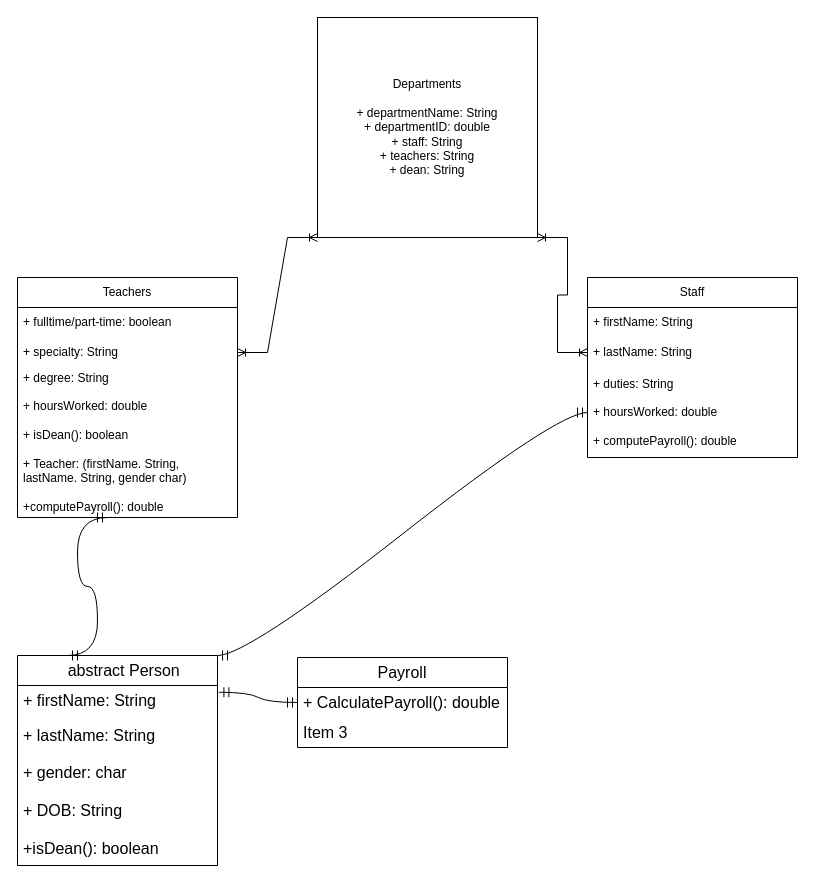
deadmau55555/PC2-Project---Dominc-Read-Prasan keeps this draw.io diagram as Untitled Diagram.drawio. Above is the earlier version. Source tidied: cells renumbered, new cells numbered last; positions are measured from the earlier drawing's top-left corner, leaving out a move shared by most shapes. Both pictures are drawn from the tidied source at 100%, with x=0, y=0 at pixel (17, 17).
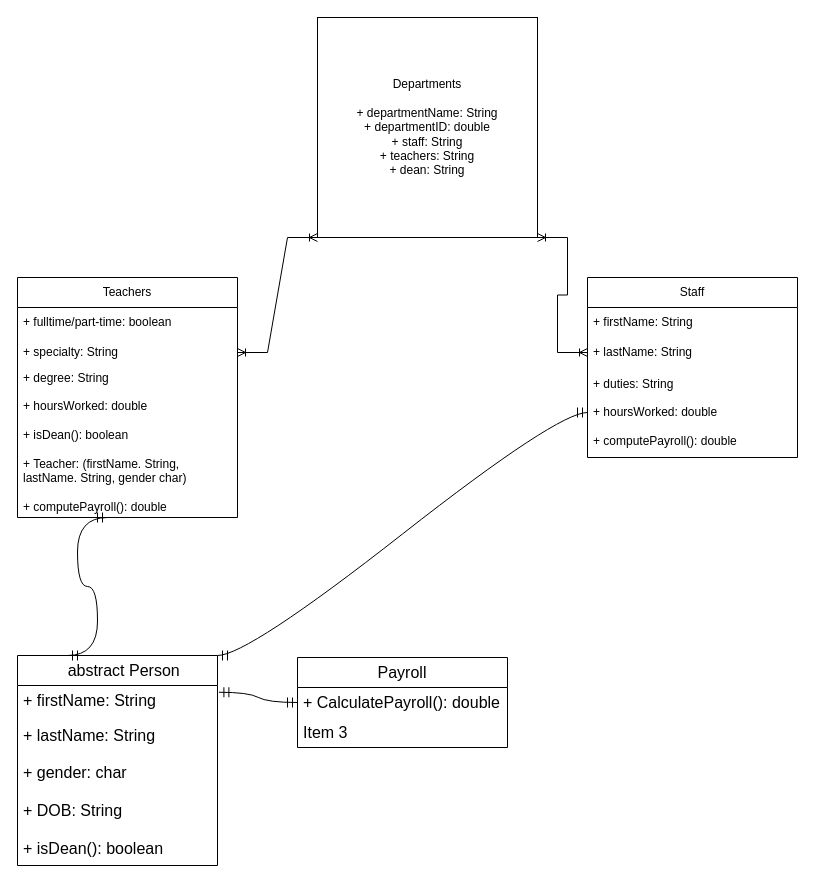
After the change.

The change refers to these unchanged cells:
```xml
<mxCell id="3" value="Teachers" style="swimlane;fontStyle=0;horizontal=1;startSize=30;whiteSpace=wrap;html=1;" parent="1" vertex="1">
  <mxGeometry y="260" width="220" height="240" as="geometry" />
</mxCell>
<mxCell id="13" value="&amp;nbsp; &amp;nbsp; abstract Person&lt;span style=&quot;white-space: pre;&quot;&gt; &lt;/span&gt;" style="swimlane;fontStyle=0;horizontal=1;startSize=30;whiteSpace=wrap;html=1;fontSize=16;" parent="1" vertex="1">
  <mxGeometry y="638" width="200" height="210" as="geometry" />
</mxCell>
```

Change to the diagram source:
```diff
@@
-    <mxCell id="6" value="+ degree: String&lt;br&gt;&lt;br&gt;+ hoursWorked: double&lt;br&gt;&lt;br&gt;+ isDean(): boolean&lt;br&gt;&lt;br&gt;+ Teacher: (firstName. String, lastName. String, gender char)&lt;br&gt;&lt;br&gt;+computePayroll(): double&amp;nbsp;" style="text;strokeColor=none;fillColor=none;align=left;verticalAlign=middle;spacingLeft=4;spacingRight=4;overflow=hidden;whiteSpace=wrap;html=1;" parent="3" vertex="1">
+    <mxCell id="6" value="+ degree: String&lt;br&gt;&lt;br&gt;+ hoursWorked: double&lt;br&gt;&lt;br&gt;+ isDean(): boolean&lt;br&gt;&lt;br&gt;+ Teacher: (firstName. String, lastName. String, gender char)&lt;br&gt;&lt;br&gt;+ computePayroll(): double&amp;nbsp;" style="text;strokeColor=none;fillColor=none;align=left;verticalAlign=middle;spacingLeft=4;spacingRight=4;overflow=hidden;whiteSpace=wrap;html=1;" parent="3" vertex="1">
       <mxGeometry y="90" width="220" height="150" as="geometry" />
     </mxCell>
@@
-    <mxCell id="16" value="+ gender: char&lt;br&gt;&lt;br&gt;+ DOB: String&lt;br&gt;&lt;br&gt;+isDean(): boolean" style="text;strokeColor=none;fillColor=none;align=left;verticalAlign=middle;spacingLeft=4;spacingRight=4;overflow=hidden;whiteSpace=wrap;html=1;fontSize=16;" parent="13" vertex="1">
+    <mxCell id="16" value="+ gender: char&lt;br&gt;&lt;br&gt;+ DOB: String&lt;br&gt;&lt;br&gt;+ isDean(): boolean" style="text;strokeColor=none;fillColor=none;align=left;verticalAlign=middle;spacingLeft=4;spacingRight=4;overflow=hidden;whiteSpace=wrap;html=1;fontSize=16;" parent="13" vertex="1">
       <mxGeometry y="100" width="200" height="110" as="geometry" />
     </mxCell>
```
